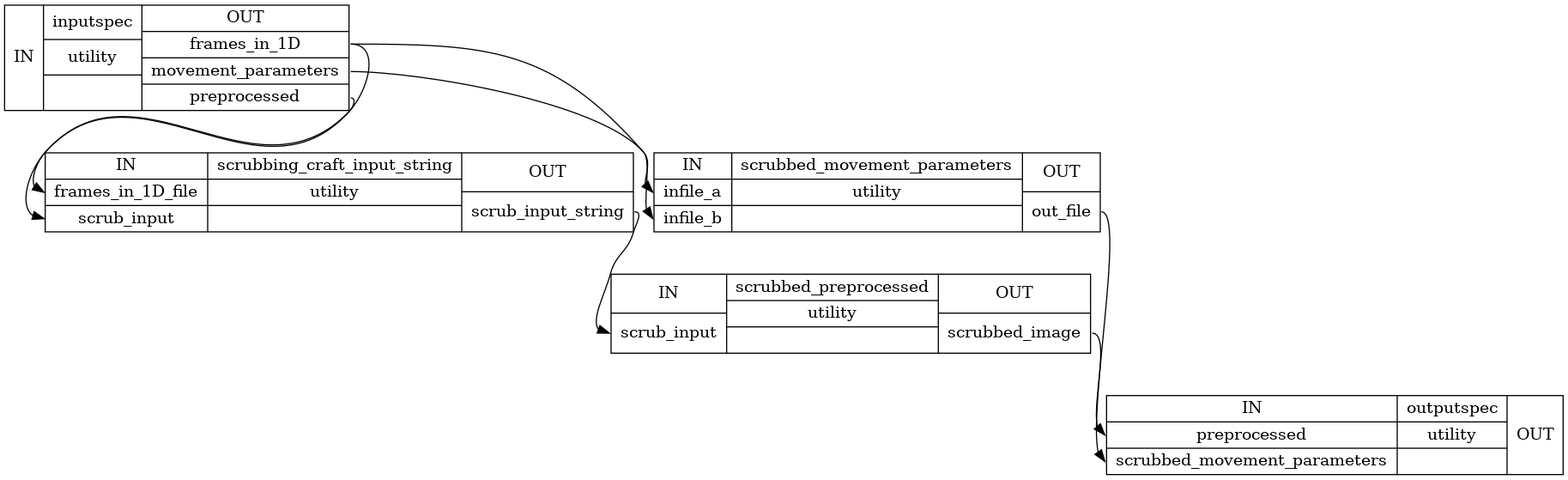
FCP-INDI/fcp-indi.github.io keeps this Graphviz diagram as docs/nightly/developer/workflows/images/generated/scrubbing_detailed.png. Above is the earlier version. Its source is kept beside it as docs/nightly/developer/workflows/images/generated/scrubbing_detailed.dot. Source of this version:
```dot
digraph structs {
node [shape=record];
"scrubbinginputspec" [label="{IN}|{ inputspec | utility |  }|{OUT|<outframesin1D> frames_in_1D|<outmovementparameters> movement_parameters|<outpreprocessed> preprocessed}"];
"scrubbingscrubbing_craft_input_string" [label="{IN|<inframesin1Dfile> frames_in_1D_file|<inscrubinput> scrub_input}|{ scrubbing_craft_input_string | utility |  }|{OUT|<outscrubinputstring> scrub_input_string}"];
"scrubbingscrubbed_movement_parameters" [label="{IN|<ininfilea> infile_a|<ininfileb> infile_b}|{ scrubbed_movement_parameters | utility |  }|{OUT|<outoutfile> out_file}"];
"scrubbingscrubbed_preprocessed" [label="{IN|<inscrubinput> scrub_input}|{ scrubbed_preprocessed | utility |  }|{OUT|<outscrubbedimage> scrubbed_image}"];
"scrubbingoutputspec" [label="{IN|<inpreprocessed> preprocessed|<inscrubbedmovementparameters> scrubbed_movement_parameters}|{ outputspec | utility |  }|{OUT}"];
"scrubbinginputspec":"outframesin1D":e -> "scrubbingscrubbed_movement_parameters":"ininfilea":w;
"scrubbinginputspec":"outframesin1D":e -> "scrubbingscrubbing_craft_input_string":"inframesin1Dfile":w;
"scrubbinginputspec":"outmovementparameters":e -> "scrubbingscrubbed_movement_parameters":"ininfileb":w;
"scrubbinginputspec":"outpreprocessed":e -> "scrubbingscrubbing_craft_input_string":"inscrubinput":w;
"scrubbingscrubbed_movement_parameters":"outoutfile":e -> "scrubbingoutputspec":"inscrubbedmovementparameters":w;
"scrubbingscrubbed_preprocessed":"outscrubbedimage":e -> "scrubbingoutputspec":"inpreprocessed":w;
"scrubbingscrubbing_craft_input_string":"outscrubinputstring":e -> "scrubbingscrubbed_preprocessed":"inscrubinput":w;
}
```
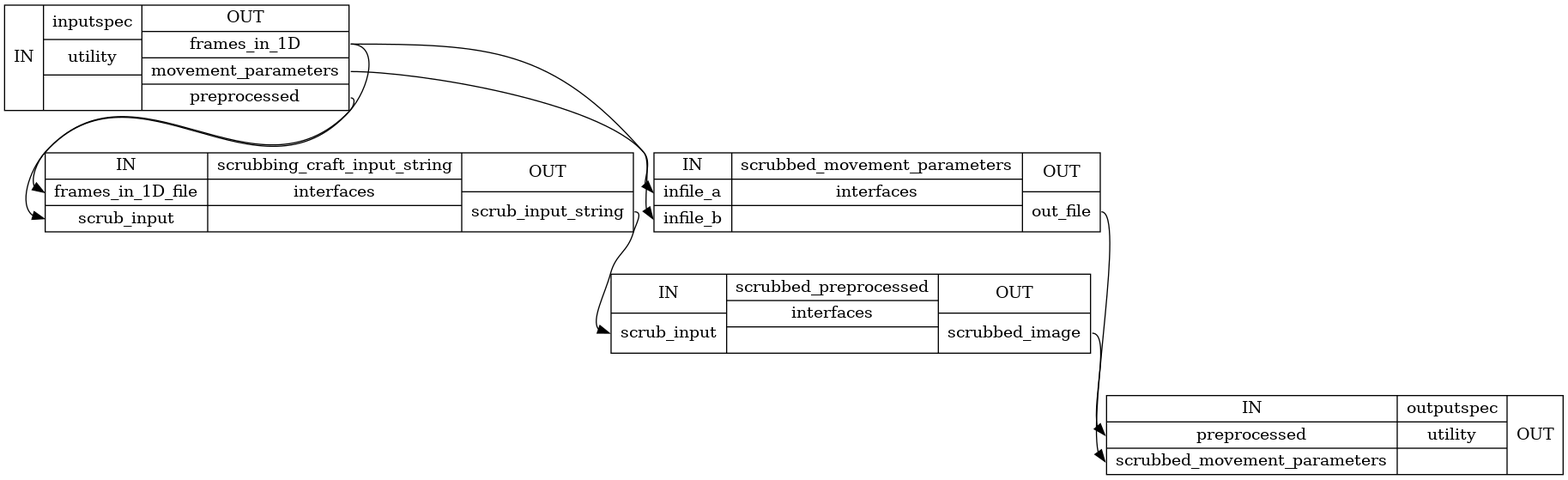
Later version of the same file.

The edit, as a diff of the source:
```diff
@@ -1,9 +1,9 @@
 digraph structs {
 node [shape=record];
 "scrubbinginputspec" [label="{IN}|{ inputspec | utility |  }|{OUT|<outframesin1D> frames_in_1D|<outmovementparameters> movement_parameters|<outpreprocessed> preprocessed}"];
-"scrubbingscrubbing_craft_input_string" [label="{IN|<inframesin1Dfile> frames_in_1D_file|<inscrubinput> scrub_input}|{ scrubbing_craft_input_string | utility |  }|{OUT|<outscrubinputstring> scrub_input_string}"];
-"scrubbingscrubbed_movement_parameters" [label="{IN|<ininfilea> infile_a|<ininfileb> infile_b}|{ scrubbed_movement_parameters | utility |  }|{OUT|<outoutfile> out_file}"];
-"scrubbingscrubbed_preprocessed" [label="{IN|<inscrubinput> scrub_input}|{ scrubbed_preprocessed | utility |  }|{OUT|<outscrubbedimage> scrubbed_image}"];
+"scrubbingscrubbing_craft_input_string" [label="{IN|<inframesin1Dfile> frames_in_1D_file|<inscrubinput> scrub_input}|{ scrubbing_craft_input_string | interfaces |  }|{OUT|<outscrubinputstring> scrub_input_string}"];
+"scrubbingscrubbed_movement_parameters" [label="{IN|<ininfilea> infile_a|<ininfileb> infile_b}|{ scrubbed_movement_parameters | interfaces |  }|{OUT|<outoutfile> out_file}"];
+"scrubbingscrubbed_preprocessed" [label="{IN|<inscrubinput> scrub_input}|{ scrubbed_preprocessed | interfaces |  }|{OUT|<outscrubbedimage> scrubbed_image}"];
 "scrubbingoutputspec" [label="{IN|<inpreprocessed> preprocessed|<inscrubbedmovementparameters> scrubbed_movement_parameters}|{ outputspec | utility |  }|{OUT}"];
 "scrubbinginputspec":"outframesin1D":e -> "scrubbingscrubbed_movement_parameters":"ininfilea":w;
 "scrubbinginputspec":"outframesin1D":e -> "scrubbingscrubbing_craft_input_string":"inframesin1Dfile":w;
```
